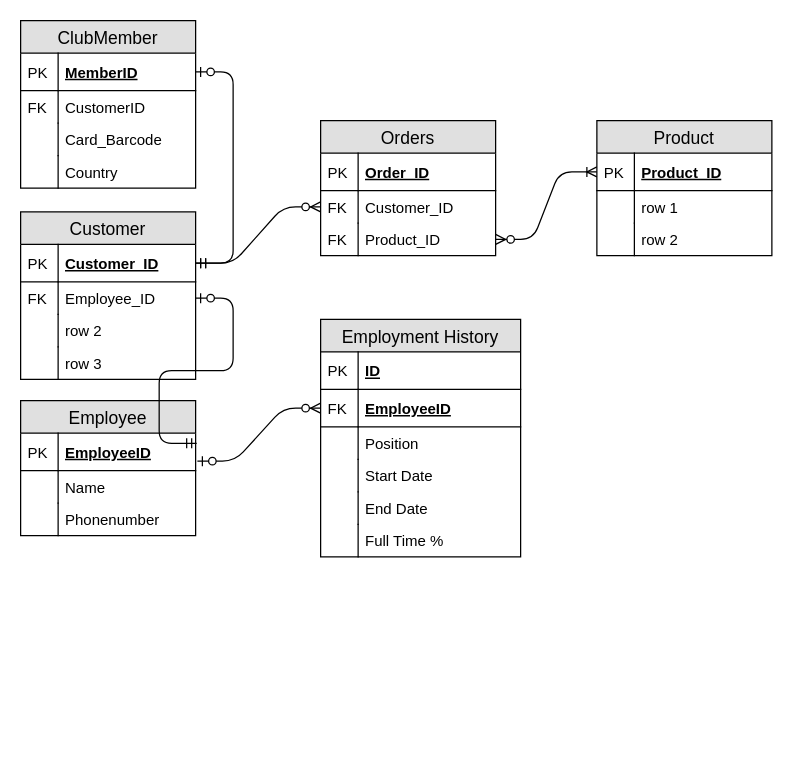
Earlier version of the draw.io diagram ER Diagram.drawio (capperstrnd/DA352A_Project). Source tidied: cells renumbered, new cells numbered last; positions are measured from the earlier drawing's top-left corner, leaving out a move shared by most shapes. Both pictures are drawn from the tidied source at 125%, with x=0, y=0 at pixel (20, 20).
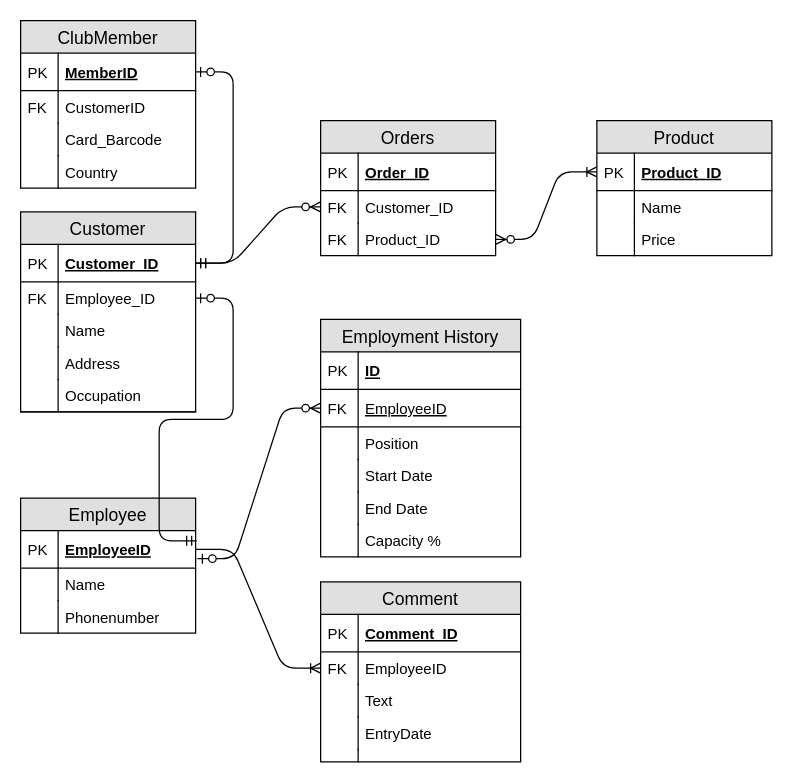
After the change.

The change refers to these unchanged cells:
```xml
<mxCell id="4" value="Employment History" style="swimlane;fontStyle=0;horizontal=1;startSize=26;fillColor=#e0e0e0;swimlaneFillColor=#ffffff;align=center;fontSize=14;" parent="1" vertex="1">
  <mxGeometry x="240" y="239" width="160" height="190" as="geometry" />
</mxCell>
<mxCell id="19" value="EmployeeID" style="shape=partialRectangle;top=0;left=0;right=0;bottom=1;align=left;verticalAlign=middle;fillColor=none;spacingLeft=34;spacingRight=4;overflow=hidden;points=[[0,0.5],[1,0.5]];portConstraint=eastwest;fontStyle=5;fontSize=12;" parent="18" vertex="1">
  <mxGeometry y="26" width="140" height="30" as="geometry" />
</mxCell>
<mxCell id="41" value="Product" style="swimlane;fontStyle=0;horizontal=1;startSize=26;fillColor=#e0e0e0;swimlaneFillColor=#ffffff;align=center;fontSize=14;" parent="1" vertex="1">
  <mxGeometry x="461" y="80" width="140" height="108" as="geometry" />
</mxCell>
```

The edit, as a diff of the source:
```diff
@@
-    <mxCell id="7" value="EmployeeID" style="shape=partialRectangle;top=0;left=0;right=0;bottom=1;align=left;verticalAlign=middle;fillColor=none;spacingLeft=34;spacingRight=4;overflow=hidden;points=[[0,0.5],[1,0.5]];portConstraint=eastwest;fontStyle=5;fontSize=12;" parent="4" vertex="1">
+    <mxCell id="7" value="EmployeeID" style="shape=partialRectangle;top=0;left=0;right=0;bottom=1;align=left;verticalAlign=middle;fillColor=none;spacingLeft=34;spacingRight=4;overflow=hidden;points=[[0,0.5],[1,0.5]];portConstraint=eastwest;fontStyle=4;fontSize=12;" parent="4" vertex="1">
       <mxGeometry y="56" width="160" height="30" as="geometry" />
     </mxCell>
@@
-    <mxCell id="15" value="Full Time %" style="shape=partialRectangle;top=0;left=0;right=0;bottom=0;align=left;verticalAlign=top;fillColor=none;spacingLeft=34;spacingRight=4;overflow=hidden;fontSize=12;" parent="4" vertex="1">
+    <mxCell id="15" value="Capacity %" style="shape=partialRectangle;top=0;left=0;right=0;bottom=0;align=left;verticalAlign=top;fillColor=none;spacingLeft=34;spacingRight=4;overflow=hidden;fontSize=12;" parent="4" vertex="1">
       <mxGeometry y="164" width="160" height="26" as="geometry" />
     </mxCell>
@@
     <mxCell id="18" value="Employee" style="swimlane;fontStyle=0;horizontal=1;startSize=26;fillColor=#e0e0e0;swimlaneFillColor=#ffffff;align=center;fontSize=14;" parent="1" vertex="1">
-      <mxGeometry y="304" width="140" height="108" as="geometry" />
+      <mxGeometry y="382" width="140" height="108" as="geometry" />
     </mxCell>
@@
     <mxCell id="25" value="Customer" style="swimlane;fontStyle=0;horizontal=1;startSize=26;fillColor=#e0e0e0;swimlaneFillColor=#ffffff;align=center;fontSize=14;" parent="1" vertex="1">
-      <mxGeometry y="153" width="140" height="134" as="geometry" />
+      <mxGeometry y="153" width="140" height="160" as="geometry" />
     </mxCell>
@@
-    <mxCell id="30" value="row 2" style="shape=partialRectangle;top=0;left=0;right=0;bottom=0;align=left;verticalAlign=top;fillColor=none;spacingLeft=34;spacingRight=4;overflow=hidden;fontSize=12;" parent="25" vertex="1">
+    <mxCell id="30" value="Name" style="shape=partialRectangle;top=0;left=0;right=0;bottom=0;align=left;verticalAlign=top;fillColor=none;spacingLeft=34;spacingRight=4;overflow=hidden;fontSize=12;" parent="25" vertex="1">
       <mxGeometry y="82" width="140" height="26" as="geometry" />
     </mxCell>
@@
-    <mxCell id="32" value="row 3" style="shape=partialRectangle;top=0;left=0;right=0;bottom=0;align=left;verticalAlign=top;fillColor=none;spacingLeft=34;spacingRight=4;overflow=hidden;fontSize=12;" parent="25" vertex="1">
+    <mxCell id="32" value="Address" style="shape=partialRectangle;top=0;left=0;right=0;bottom=0;align=left;verticalAlign=top;fillColor=none;spacingLeft=34;spacingRight=4;overflow=hidden;fontSize=12;" parent="25" vertex="1">
       <mxGeometry y="108" width="140" height="26" as="geometry" />
     </mxCell>
@@
+    <mxCell id="59" value="Occupation" style="shape=partialRectangle;top=0;left=0;right=0;bottom=1;align=left;verticalAlign=top;fillColor=none;spacingLeft=34;spacingRight=4;overflow=hidden;fontSize=12;" parent="25" vertex="1">
+      <mxGeometry y="134" width="140" height="26" as="geometry" />
+    </mxCell>
+    <mxCell id="60" style="shape=partialRectangle;top=0;left=0;bottom=0;fillColor=none;align=left;verticalAlign=top;spacingLeft=4;spacingRight=4;overflow=hidden;fontSize=12;" parent="59" vertex="1">
+      <mxGeometry width="30" height="26" as="geometry" />
+    </mxCell>
@@
-    <mxCell id="44" value="row 1" style="shape=partialRectangle;top=0;left=0;right=0;bottom=0;align=left;verticalAlign=top;fillColor=none;spacingLeft=34;spacingRight=4;overflow=hidden;fontSize=12;" parent="41" vertex="1">
+    <mxCell id="44" value="Name" style="shape=partialRectangle;top=0;left=0;right=0;bottom=0;align=left;verticalAlign=top;fillColor=none;spacingLeft=34;spacingRight=4;overflow=hidden;fontSize=12;" parent="41" vertex="1">
       <mxGeometry y="56" width="140" height="26" as="geometry" />
     </mxCell>
@@
-    <mxCell id="46" value="row 2" style="shape=partialRectangle;top=0;left=0;right=0;bottom=0;align=left;verticalAlign=top;fillColor=none;spacingLeft=34;spacingRight=4;overflow=hidden;fontSize=12;" parent="41" vertex="1">
+    <mxCell id="46" value="Price" style="shape=partialRectangle;top=0;left=0;right=0;bottom=0;align=left;verticalAlign=top;fillColor=none;spacingLeft=34;spacingRight=4;overflow=hidden;fontSize=12;" parent="41" vertex="1">
       <mxGeometry y="82" width="140" height="26" as="geometry" />
     </mxCell>
@@
+    <mxCell id="61" value="Comment" style="swimlane;fontStyle=0;horizontal=1;startSize=26;fillColor=#e0e0e0;swimlaneFillColor=#ffffff;align=center;fontSize=14;" parent="1" vertex="1">
+      <mxGeometry x="240" y="449" width="160" height="144" as="geometry" />
+    </mxCell>
+    <mxCell id="62" value="Comment_ID" style="shape=partialRectangle;top=0;left=0;right=0;bottom=1;align=left;verticalAlign=middle;fillColor=none;spacingLeft=34;spacingRight=4;overflow=hidden;fontStyle=5;fontSize=12;" parent="61" vertex="1">
+      <mxGeometry y="26" width="160" height="30" as="geometry" />
+    </mxCell>
+    <mxCell id="63" value="PK" style="shape=partialRectangle;top=0;left=0;bottom=0;fillColor=none;align=left;verticalAlign=middle;spacingLeft=4;spacingRight=4;overflow=hidden;fontSize=12;" parent="62" vertex="1">
+      <mxGeometry width="30" height="30" as="geometry" />
+    </mxCell>
+    <mxCell id="64" value="EmployeeID&#10;" style="shape=partialRectangle;top=0;left=0;right=0;bottom=0;align=left;verticalAlign=top;fillColor=none;spacingLeft=34;spacingRight=4;overflow=hidden;points=[[0,0.5],[1,0.5]];portConstraint=eastwest;fontSize=12;" parent="61" vertex="1">
+      <mxGeometry y="56" width="160" height="26" as="geometry" />
+    </mxCell>
+    <mxCell id="65" value="FK" style="shape=partialRectangle;top=0;left=0;bottom=0;fillColor=none;align=left;verticalAlign=top;spacingLeft=4;spacingRight=4;overflow=hidden;fontSize=12;" parent="64" vertex="1">
+      <mxGeometry width="30" height="26" as="geometry" />
+    </mxCell>
+    <mxCell id="66" value="Text" style="shape=partialRectangle;top=0;left=0;right=0;bottom=0;align=left;verticalAlign=top;fillColor=none;spacingLeft=34;spacingRight=4;overflow=hidden;fontSize=12;" parent="61" vertex="1">
+      <mxGeometry y="82" width="160" height="26" as="geometry" />
+    </mxCell>
+    <mxCell id="67" style="shape=partialRectangle;top=0;left=0;bottom=0;fillColor=none;align=left;verticalAlign=top;spacingLeft=4;spacingRight=4;overflow=hidden;fontSize=12;" parent="66" vertex="1">
+      <mxGeometry width="30" height="26" as="geometry" />
+    </mxCell>
+    <mxCell id="68" value="EntryDate" style="shape=partialRectangle;top=0;left=0;right=0;bottom=0;align=left;verticalAlign=top;fillColor=none;spacingLeft=34;spacingRight=4;overflow=hidden;fontSize=12;" parent="61" vertex="1">
+      <mxGeometry y="108" width="160" height="26" as="geometry" />
+    </mxCell>
+    <mxCell id="69" style="shape=partialRectangle;top=0;left=0;bottom=0;fillColor=none;align=left;verticalAlign=top;spacingLeft=4;spacingRight=4;overflow=hidden;fontSize=12;" parent="68" vertex="1">
+      <mxGeometry width="30" height="26" as="geometry" />
+    </mxCell>
+    <mxCell id="70" style="shape=partialRectangle;top=0;left=0;right=0;bottom=0;align=left;verticalAlign=top;fillColor=none;spacingLeft=34;spacingRight=4;overflow=hidden;fontSize=12;" parent="61" vertex="1">
+      <mxGeometry y="134" width="160" height="10" as="geometry" />
+    </mxCell>
+    <mxCell id="71" style="shape=partialRectangle;top=0;left=0;bottom=0;fillColor=none;align=left;verticalAlign=top;spacingLeft=4;spacingRight=4;overflow=hidden;fontSize=12;" parent="70" vertex="1">
+      <mxGeometry width="30" height="10" as="geometry" />
+    </mxCell>
+    <mxCell id="72" style="edgeStyle=entityRelationEdgeStyle;fontSize=12;html=1;endArrow=ERoneToMany;exitX=1;exitY=0.5;exitDx=0;exitDy=0;entryX=0;entryY=0.5;entryDx=0;entryDy=0;" parent="1" edge="1" source="19" target="64">
+      <mxGeometry relative="1" as="geometry" />
+    </mxCell>
```
